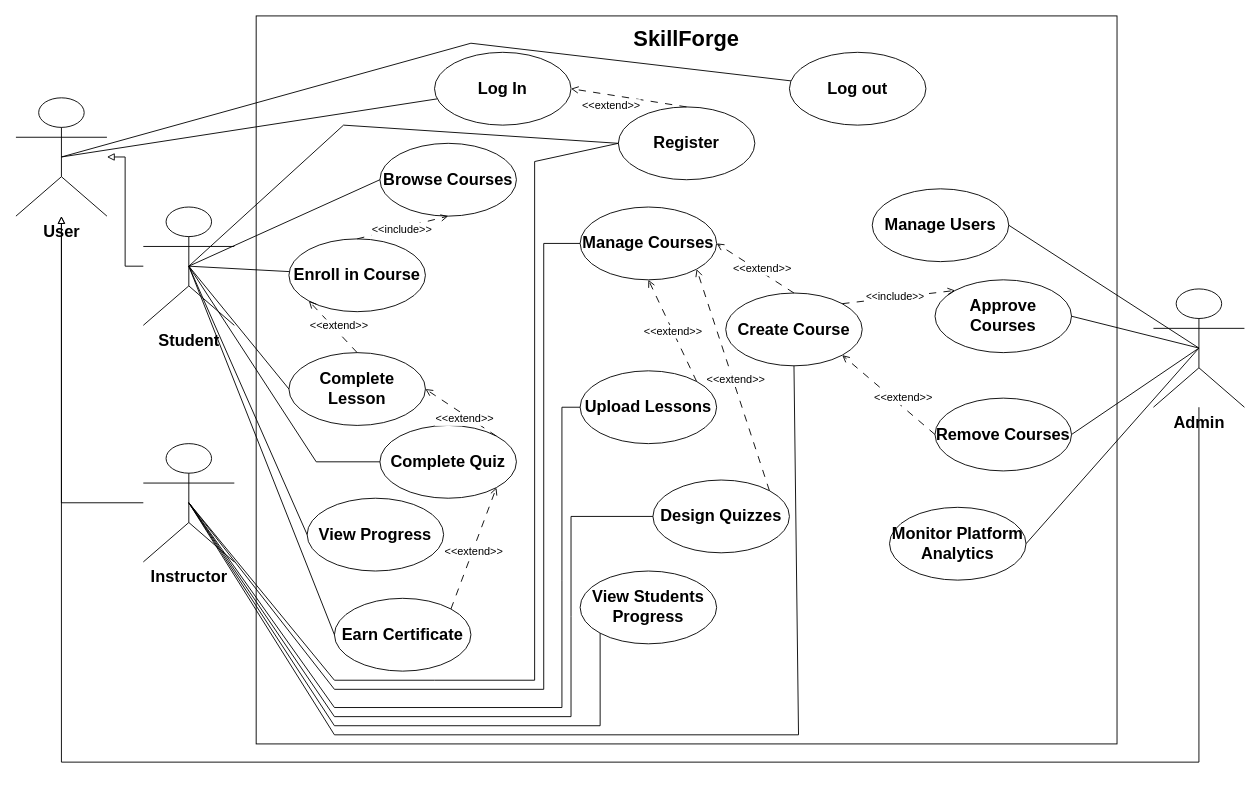
Above: Diagrams/UseCaseDiagram.drawio in Smook-e/Prog2_lab6 (draw.io), before the change. Source tidied: cells renumbered, new cells numbered last; positions are measured from the earlier drawing's top-left corner, leaving out a move shared by most shapes. Both pictures are drawn from the tidied source at 91%, with x=0, y=0 at pixel (15, 15).
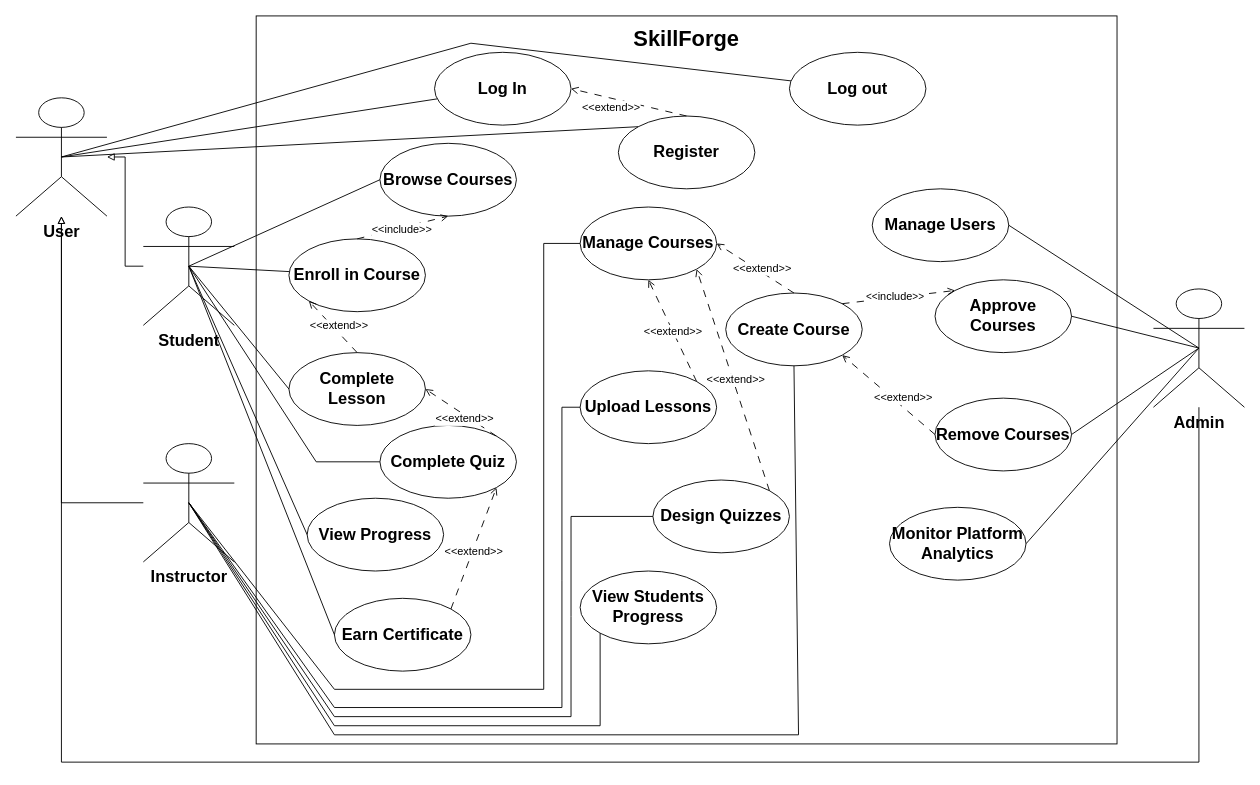
The same diagram, later.

Commit message:
commit to changes in Register functionality

The change refers to these unchanged cells:
```xml
<mxCell id="7" value="&lt;font style=&quot;font-size: 18px;&quot;&gt;&lt;b&gt;Instructor&lt;/b&gt;&lt;/font&gt;" style="shape=umlActor;verticalLabelPosition=bottom;verticalAlign=top;html=1;outlineConnect=0;" parent="1" vertex="1">
  <mxGeometry x="140" y="470" width="100" height="130" as="geometry" />
</mxCell>
<mxCell id="9" value="&lt;font style=&quot;font-size: 18px;&quot;&gt;&lt;b&gt;Student&lt;/b&gt;&lt;/font&gt;" style="shape=umlActor;verticalLabelPosition=bottom;verticalAlign=top;html=1;outlineConnect=0;" parent="1" vertex="1">
  <mxGeometry x="140" y="210" width="100" height="130" as="geometry" />
</mxCell>
<mxCell id="10" value="&lt;font style=&quot;font-size: 18px;&quot;&gt;&lt;b&gt;User&lt;/b&gt;&lt;/font&gt;" style="shape=umlActor;verticalLabelPosition=bottom;verticalAlign=top;html=1;outlineConnect=0;fontSize=12;" parent="1" vertex="1">
  <mxGeometry y="90" width="100" height="130" as="geometry" />
</mxCell>
```

Change to the diagram source:
```diff
@@
     <mxCell id="25" value="&lt;b&gt;&lt;font style=&quot;font-size: 18px;&quot;&gt;Register&lt;/font&gt;&lt;/b&gt;" style="ellipse;whiteSpace=wrap;html=1;" parent="1" vertex="1">
-      <mxGeometry x="662" y="100" width="150" height="80" as="geometry" />
+      <mxGeometry x="662" y="110" width="150" height="80" as="geometry" />
     </mxCell>
@@
-    <mxCell id="33" style="endArrow=none;html=1;rounded=0;exitX=0.5;exitY=0.5;exitDx=0;exitDy=0;exitPerimeter=0;entryX=0;entryY=0.5;entryDx=0;entryDy=0;" parent="1" edge="1" source="9" target="25">
-      <mxGeometry relative="1" as="geometry">
-        <Array as="points">
-          <mxPoint x="360" y="120" />
-        </Array>
-      </mxGeometry>
-    </mxCell>
@@
-    <mxCell id="40" style="endArrow=none;html=1;rounded=0;exitX=0.5;exitY=0.5;exitDx=0;exitDy=0;exitPerimeter=0;entryX=0;entryY=0.5;entryDx=0;entryDy=0;" parent="1" edge="1" source="7" target="25">
-      <mxGeometry relative="1" as="geometry">
-        <Array as="points">
-          <mxPoint x="350" y="730" />
-          <mxPoint x="460" y="730" />
-          <mxPoint x="570" y="730" />
-          <mxPoint x="570" y="160" />
-        </Array>
-      </mxGeometry>
-    </mxCell>
@@
+    <mxCell id="70" style="endArrow=none;html=1;rounded=0;exitX=0.5;exitY=0.5;exitDx=0;exitDy=0;exitPerimeter=0;entryX=0;entryY=0;entryDx=0;entryDy=0;" parent="1" edge="1" source="10" target="25">
+      <mxGeometry relative="1" as="geometry" />
+    </mxCell>
```
